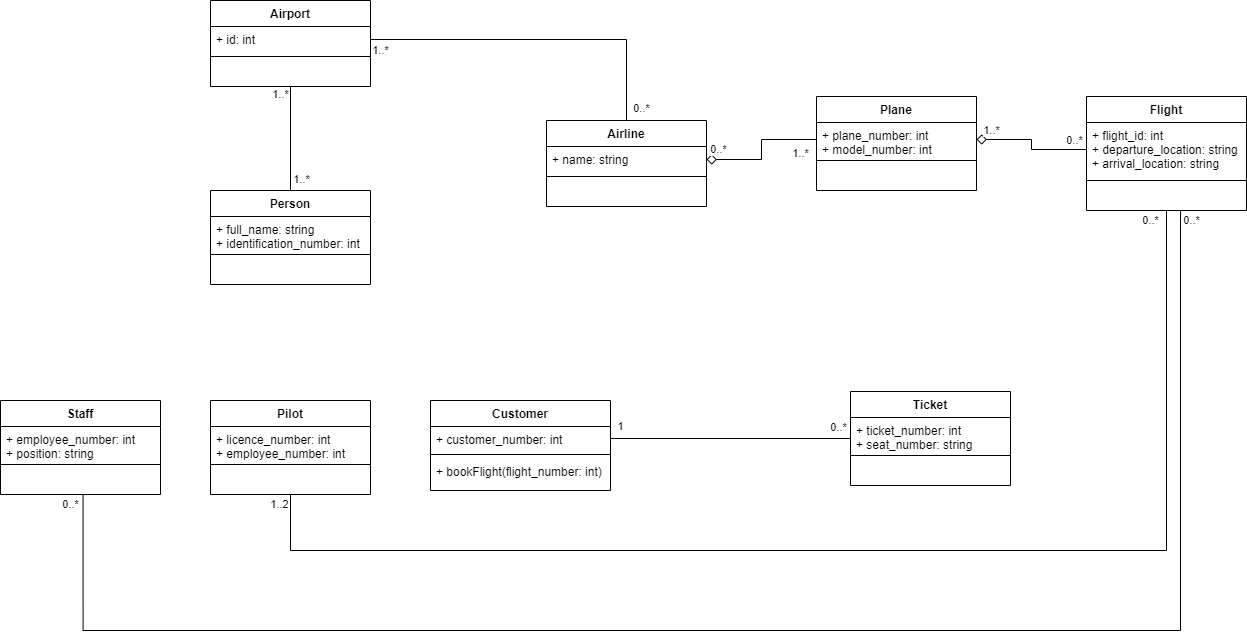
The draw.io diagram UML Examples/North American Airports System/North American Airports System Class Diagram.png in smitbmx/Architecture-Diagrams, before a commit. Source tidied: cells renumbered, new cells last; positions are measured from the earlier drawing's top-left corner, leaving out a move shared by most shapes.
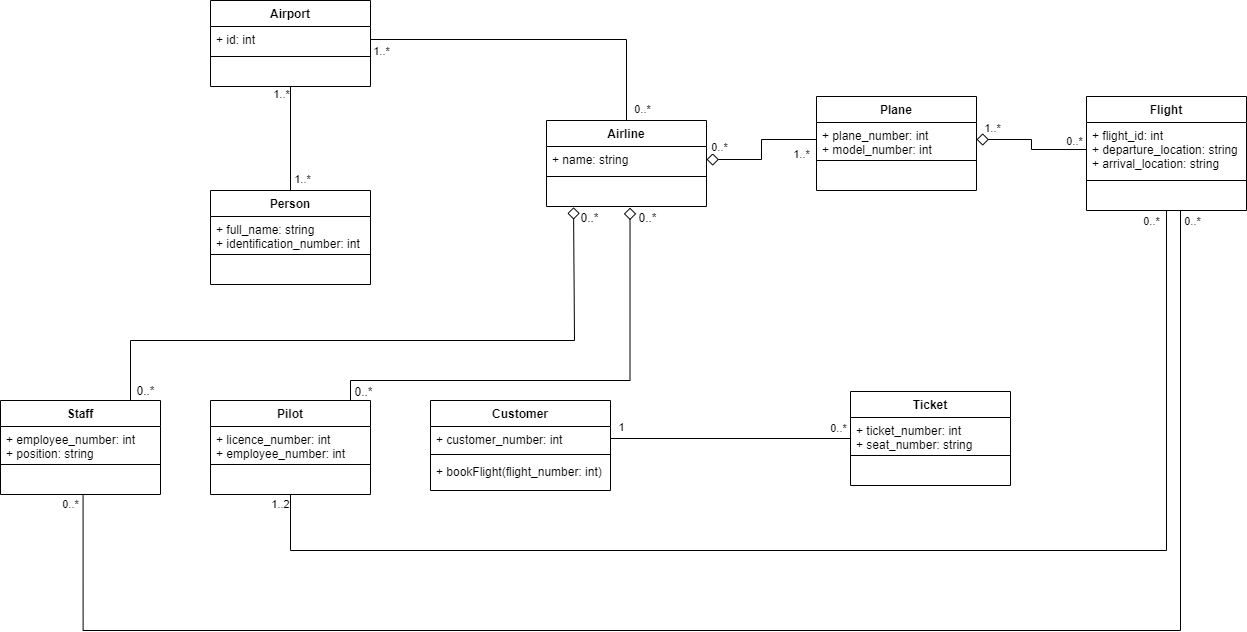
The same file after the commit.

Diff of the diagram source:
```diff
@@ -105,6 +105,14 @@
     <mxCell id="31" value=" " style="text;strokeColor=none;fillColor=none;align=left;verticalAlign=top;spacingLeft=4;spacingRight=4;overflow=hidden;" parent="28" vertex="1">
       <mxGeometry y="68" width="160" height="26" as="geometry" />
     </mxCell>
+    <mxCell id="59" style="edgeStyle=orthogonalEdgeStyle;rounded=0;jettySize=auto;html=1;startArrow=none;startFill=0;endArrow=diamond;endFill=0;startSize=10;endSize=10;entryX=0.522;entryY=1.044;entryDx=0;entryDy=0;entryPerimeter=0;" parent="1" edge="1" source="32" target="9">
+      <mxGeometry relative="1" as="geometry">
+        <Array as="points">
+          <mxPoint x="350" y="380" />
+          <mxPoint x="630" y="380" />
+        </Array>
+      </mxGeometry>
+    </mxCell>
     <mxCell id="32" value="Pilot" style="swimlane;fontStyle=1;align=center;verticalAlign=top;horizontal=1;startSize=26;" parent="1" vertex="1">
       <mxGeometry x="210" y="400" width="160" height="94" as="geometry" />
     </mxCell>
@@ -129,6 +137,15 @@
     <mxCell id="39" value="+ bookFlight(flight_number: int)" style="text;strokeColor=none;fillColor=none;align=left;verticalAlign=top;spacingLeft=4;spacingRight=4;overflow=hidden;" parent="36" vertex="1">
       <mxGeometry y="58" width="180" height="32" as="geometry" />
     </mxCell>
+    <mxCell id="60" style="edgeStyle=orthogonalEdgeStyle;rounded=0;jettySize=auto;html=1;startArrow=none;startFill=0;endArrow=diamond;endFill=0;startSize=10;endSize=10;entryX=0.169;entryY=1.026;entryDx=0;entryDy=0;entryPerimeter=0;" parent="1" edge="1" source="40" target="9">
+      <mxGeometry relative="1" as="geometry">
+        <Array as="points">
+          <mxPoint x="130" y="340" />
+          <mxPoint x="574" y="340" />
+          <mxPoint x="574" y="207" />
+        </Array>
+      </mxGeometry>
+    </mxCell>
     <mxCell id="40" value="Staff" style="swimlane;fontStyle=1;align=center;verticalAlign=top;horizontal=1;startSize=26;" parent="1" vertex="1">
       <mxGeometry y="400" width="160" height="94" as="geometry" />
     </mxCell>
@@ -165,12 +182,12 @@
         <mxPoint x="1" y="-2" as="offset" />
       </mxGeometry>
     </mxCell>
-    <mxCell id="50" style="endArrow=none;html=1;entryX=0;entryY=0.5;entryDx=0;entryDy=0;exitX=1;exitY=0.5;exitDx=0;exitDy=0;edgeStyle=orthogonalEdgeStyle;rounded=0;startArrow=diamond;startFill=0;strokeWidth=1;endSize=8;startSize=8;" parent="1" edge="1" source="7" target="11">
+    <mxCell id="50" style="endArrow=none;html=1;entryX=0;entryY=0.5;entryDx=0;entryDy=0;exitX=1;exitY=0.5;exitDx=0;exitDy=0;edgeStyle=orthogonalEdgeStyle;rounded=0;startArrow=diamond;startFill=0;strokeWidth=1;endSize=10;startSize=10;" parent="1" edge="1" source="7" target="11">
       <mxGeometry relative="1" as="geometry" />
     </mxCell>
     <mxCell id="51" value="0..*" style="edgeLabel;html=1;align=center;verticalAlign=middle;" parent="50" vertex="1">
       <mxGeometry x="-0.82" y="2" relative="1" as="geometry">
-        <mxPoint y="-8" as="offset" />
+        <mxPoint y="-11" as="offset" />
       </mxGeometry>
     </mxCell>
     <mxCell id="52" value="1..*" style="edgeLabel;html=1;align=center;verticalAlign=middle;" parent="1" vertex="1">
@@ -195,12 +212,12 @@
         <mxPoint x="31" y="-12" as="offset" />
       </mxGeometry>
     </mxCell>
-    <mxCell id="56" style="edgeStyle=orthogonalEdgeStyle;rounded=0;jettySize=auto;html=1;entryX=1;entryY=0.5;entryDx=0;entryDy=0;endArrow=diamond;endFill=0;startSize=8;endSize=8;" parent="1" edge="1" source="18" target="11">
+    <mxCell id="56" style="edgeStyle=orthogonalEdgeStyle;rounded=0;jettySize=auto;html=1;entryX=1;entryY=0.5;entryDx=0;entryDy=0;endArrow=diamond;endFill=0;startSize=10;endSize=10;" parent="1" edge="1" source="18" target="11">
       <mxGeometry relative="1" as="geometry" />
     </mxCell>
     <mxCell id="57" value="1..*" style="edgeLabel;html=1;align=center;verticalAlign=middle;" parent="56" vertex="1">
       <mxGeometry x="0.75" relative="1" as="geometry">
-        <mxPoint y="-9" as="offset" />
+        <mxPoint y="-12" as="offset" />
       </mxGeometry>
     </mxCell>
     <mxCell id="58" value="0..*" style="edgeLabel;html=1;align=center;verticalAlign=middle;" parent="56" vertex="1">
@@ -208,5 +225,17 @@
         <mxPoint x="-4" y="-10" as="offset" />
       </mxGeometry>
     </mxCell>
+    <mxCell id="61" value="0..*" style="text;html=1;align=center;verticalAlign=middle;strokeColor=none;" parent="1" vertex="1">
+      <mxGeometry x="130" y="380" width="30" height="20" as="geometry" />
+    </mxCell>
+    <mxCell id="62" value="0..*" style="text;html=1;align=center;verticalAlign=middle;strokeColor=none;" parent="1" vertex="1">
+      <mxGeometry x="348" y="381" width="30" height="20" as="geometry" />
+    </mxCell>
+    <mxCell id="63" value="0..*" style="text;html=1;align=center;verticalAlign=middle;strokeColor=none;" parent="1" vertex="1">
+      <mxGeometry x="574" y="207" width="30" height="20" as="geometry" />
+    </mxCell>
+    <mxCell id="64" value="0..*" style="text;html=1;align=center;verticalAlign=middle;strokeColor=none;" parent="1" vertex="1">
+      <mxGeometry x="632" y="207" width="30" height="20" as="geometry" />
+    </mxCell>
   </root>
 </mxGraphModel>
```
